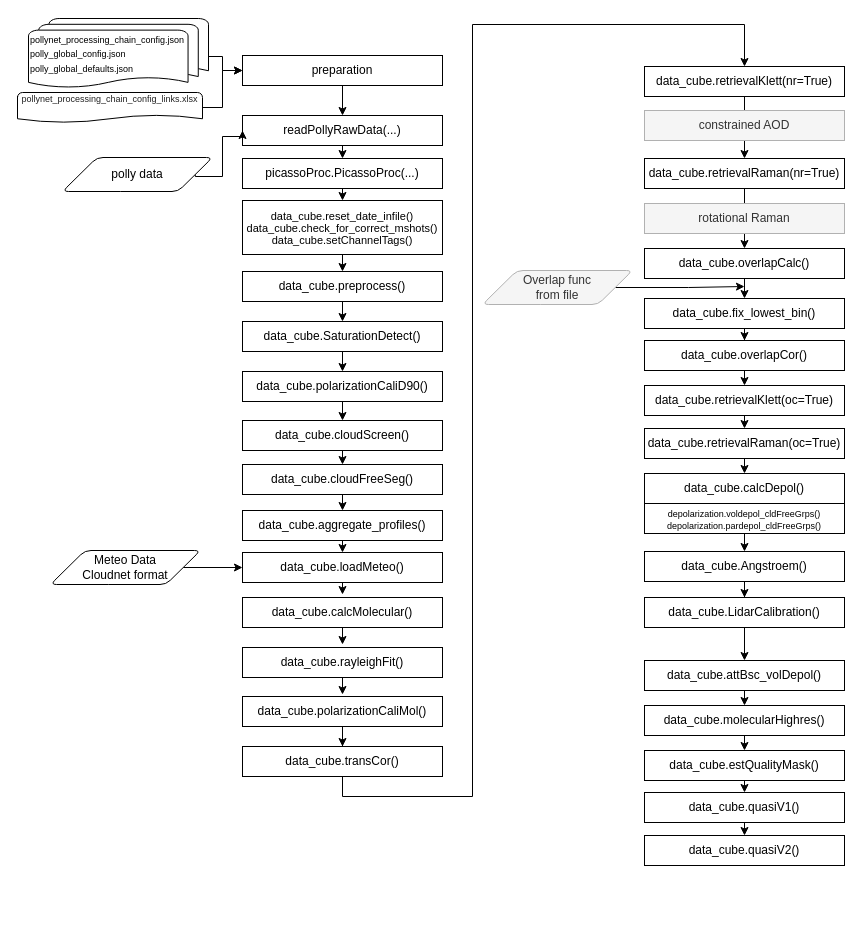
This is docs/source/userguide/PicassoPy_data_flow.drawio from PollyNET/PicassoPy, a draw.io file, before an edit. Source tidied: cells renumbered, new cells numbered last; positions are measured from the earlier drawing's top-left corner, leaving out a move shared by most shapes. Both pictures are drawn from the tidied source at 100%, with x=0, y=0 at pixel (17, 18).
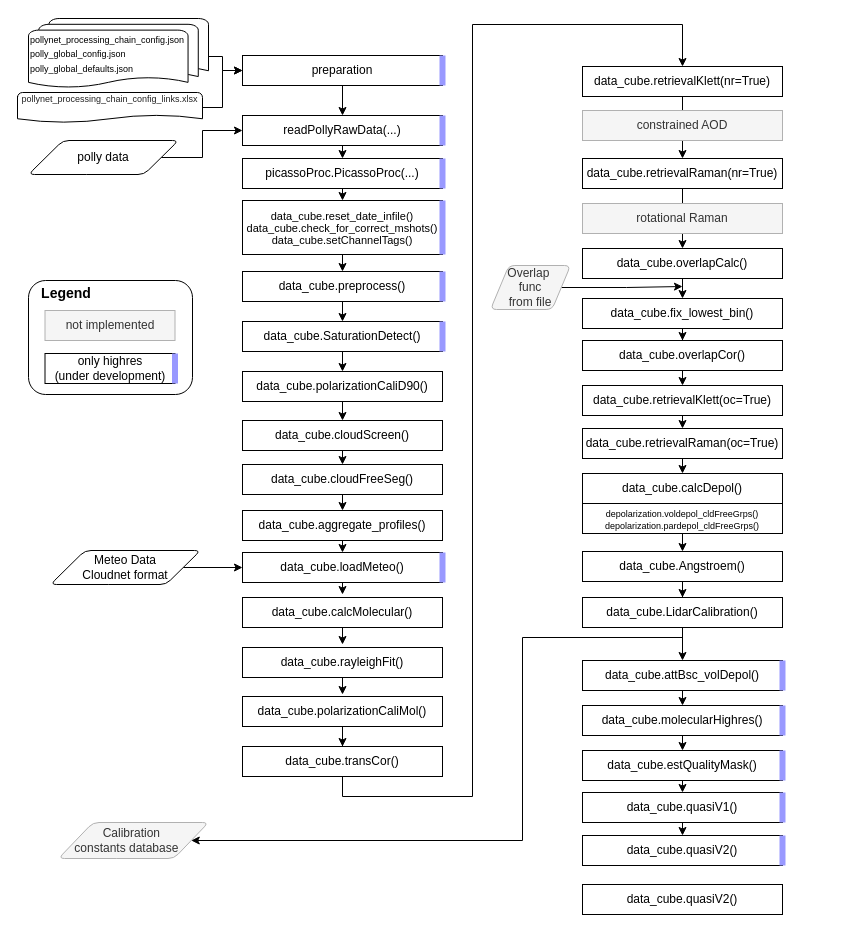
Above is the later version.

Unchanged cells that the change refers to:
```xml
<mxCell id="3" value="preparation" style="rounded=0;whiteSpace=wrap;html=1;" parent="1" vertex="1">
  <mxGeometry x="225" y="37" width="200" height="30" as="geometry" />
</mxCell>
<mxCell id="5" value="&lt;div&gt;readPollyRawData(...)&lt;/div&gt;" style="rounded=0;whiteSpace=wrap;html=1;" parent="1" vertex="1">
  <mxGeometry x="225" y="97" width="200" height="30" as="geometry" />
</mxCell>
<mxCell id="7" value="data_cube.preprocess()" style="rounded=0;whiteSpace=wrap;html=1;" parent="1" vertex="1">
  <mxGeometry x="225" y="253" width="200" height="30" as="geometry" />
</mxCell>
<mxCell id="9" value="data_cube.SaturationDetect()" style="rounded=0;whiteSpace=wrap;html=1;" parent="1" vertex="1">
  <mxGeometry x="225" y="303" width="200" height="30" as="geometry" />
</mxCell>
<mxCell id="15" value="data_cube.loadMeteo()" style="rounded=0;whiteSpace=wrap;html=1;" parent="1" vertex="1">
  <mxGeometry x="225" y="534" width="200" height="30" as="geometry" />
</mxCell>
<mxCell id="25" value="data_cube.transCor()" style="rounded=0;whiteSpace=wrap;html=1;" parent="1" vertex="1">
  <mxGeometry x="225" y="728" width="200" height="30" as="geometry" />
</mxCell>
<mxCell id="69" value="picassoProc.PicassoProc(...)" style="rounded=0;whiteSpace=wrap;html=1;" parent="1" vertex="1">
  <mxGeometry x="225" y="140" width="200" height="30" as="geometry" />
</mxCell>
<mxCell id="71" value="&lt;div style=&quot;line-height: 100%;&quot;&gt;&lt;div&gt;&lt;font style=&quot;line-height: 100%; font-size: 11px;&quot;&gt;data_cube.reset_date_infile()&lt;/font&gt;&lt;/div&gt;&lt;div&gt;&lt;font style=&quot;line-height: 100%; font-size: 11px;&quot;&gt;data_cube.check_for_correct_mshots()&lt;/font&gt;&lt;/div&gt;&lt;div&gt;&lt;font style=&quot;line-height: 100%; font-size: 11px;&quot;&gt;data_cube.setChannelTags()&lt;/font&gt;&lt;/div&gt;&lt;/div&gt;" style="rounded=0;whiteSpace=wrap;html=1;" parent="1" vertex="1">
  <mxGeometry x="225" y="182" width="200" height="54" as="geometry" />
</mxCell>
```

Diff of the diagram source:
```diff
@@
+    <mxCell id="74" style="rounded=1;whiteSpace=wrap;html=1;fillColor=none;" parent="1" vertex="1">
+      <mxGeometry x="11" y="262" width="164" height="114" as="geometry" />
+    </mxCell>
@@
     <mxCell id="23" value="data_cube.retrievalKlett(nr=True)" style="rounded=0;whiteSpace=wrap;html=1;" parent="1" vertex="1">
-      <mxGeometry x="627" y="48" width="200" height="30" as="geometry" />
+      <mxGeometry x="565" y="48" width="200" height="30" as="geometry" />
     </mxCell>
     <mxCell id="24" style="edgeStyle=orthogonalEdgeStyle;rounded=0;jettySize=auto;html=1;exitX=0.5;exitY=1;exitDx=0;exitDy=0;entryX=0.5;entryY=0;entryDx=0;entryDy=0;" parent="1" edge="1" source="25" target="23">
       <mxGeometry relative="1" as="geometry">
         <Array as="points">
           <mxPoint x="325" y="778" />
           <mxPoint x="455" y="778" />
           <mxPoint x="455" y="6" />
-          <mxPoint x="727" y="6" />
+          <mxPoint x="665" y="6" />
         </Array>
       </mxGeometry>
     </mxCell>
@@
     <mxCell id="27" value="data_cube.overlapCalc()" style="rounded=0;whiteSpace=wrap;html=1;" parent="1" vertex="1">
-      <mxGeometry x="627" y="230" width="200" height="30" as="geometry" />
+      <mxGeometry x="565" y="230" width="200" height="30" as="geometry" />
     </mxCell>
     <mxCell id="28" value="constrained AOD" style="rounded=0;whiteSpace=wrap;html=1;strokeColor=#B1B1B1;fillColor=#f5f5f5;fontColor=#333333;" parent="1" vertex="1">
-      <mxGeometry x="627" y="92" width="200" height="30" as="geometry" />
+      <mxGeometry x="565" y="92" width="200" height="30" as="geometry" />
     </mxCell>
@@
     <mxCell id="30" value="data_cube.retrievalRaman(nr=True)" style="rounded=0;whiteSpace=wrap;html=1;" parent="1" vertex="1">
-      <mxGeometry x="627" y="140" width="200" height="30" as="geometry" />
+      <mxGeometry x="565" y="140" width="200" height="30" as="geometry" />
     </mxCell>
@@
     <mxCell id="32" value="data_cube.fix_lowest_bin()" style="rounded=0;whiteSpace=wrap;html=1;" parent="1" vertex="1">
-      <mxGeometry x="627" y="280" width="200" height="30" as="geometry" />
+      <mxGeometry x="565" y="280" width="200" height="30" as="geometry" />
     </mxCell>
@@
     <mxCell id="34" value="data_cube.overlapCor()" style="rounded=0;whiteSpace=wrap;html=1;" parent="1" vertex="1">
-      <mxGeometry x="627" y="322" width="200" height="30" as="geometry" />
+      <mxGeometry x="565" y="322" width="200" height="30" as="geometry" />
     </mxCell>
@@
     <mxCell id="36" value="data_cube.retrievalKlett(oc=True)" style="rounded=0;whiteSpace=wrap;html=1;" parent="1" vertex="1">
-      <mxGeometry x="627" y="367" width="200" height="30" as="geometry" />
+      <mxGeometry x="565" y="367" width="200" height="30" as="geometry" />
     </mxCell>
@@
     <mxCell id="38" value="data_cube.retrievalRaman(oc=True)" style="rounded=0;whiteSpace=wrap;html=1;" parent="1" vertex="1">
-      <mxGeometry x="627" y="410" width="200" height="30" as="geometry" />
+      <mxGeometry x="565" y="410" width="200" height="30" as="geometry" />
     </mxCell>
     <mxCell id="39" value="&lt;div&gt;data_cube.calcDepol()&lt;/div&gt;" style="rounded=0;whiteSpace=wrap;html=1;" parent="1" vertex="1">
-      <mxGeometry x="627" y="455" width="200" height="30" as="geometry" />
+      <mxGeometry x="565" y="455" width="200" height="30" as="geometry" />
     </mxCell>
@@
     <mxCell id="41" value="data_cube.Angstroem()" style="rounded=0;whiteSpace=wrap;html=1;" parent="1" vertex="1">
-      <mxGeometry x="627" y="533" width="200" height="30" as="geometry" />
+      <mxGeometry x="565" y="533" width="200" height="30" as="geometry" />
     </mxCell>
@@
     <mxCell id="43" value="&lt;div style=&quot;line-height: 100%;&quot;&gt;&lt;div&gt;&lt;font style=&quot;font-size: 9px; line-height: 100%;&quot;&gt;depolarization.voldepol_cldFreeGrps()&lt;br&gt;&lt;/font&gt;&lt;/div&gt;&lt;div&gt;&lt;font style=&quot;font-size: 9px; line-height: 100%;&quot;&gt;depolarization.pardepol_cldFreeGrps()&lt;/font&gt;&lt;/div&gt;&lt;/div&gt;" style="rounded=0;whiteSpace=wrap;html=1;" parent="1" vertex="1">
-      <mxGeometry x="627" y="485" width="200" height="30" as="geometry" />
+      <mxGeometry x="565" y="485" width="200" height="30" as="geometry" />
     </mxCell>
@@
     <mxCell id="49" value="data_cube.LidarCalibration()" style="rounded=0;whiteSpace=wrap;html=1;" parent="1" vertex="1">
-      <mxGeometry x="627" y="579" width="200" height="30" as="geometry" />
+      <mxGeometry x="565" y="579" width="200" height="30" as="geometry" />
     </mxCell>
@@
     <mxCell id="51" value="data_cube.attBsc_volDepol()" style="rounded=0;whiteSpace=wrap;html=1;" parent="1" vertex="1">
-      <mxGeometry x="627" y="642" width="200" height="30" as="geometry" />
+      <mxGeometry x="565" y="642" width="200" height="30" as="geometry" />
     </mxCell>
@@
     <mxCell id="53" value="data_cube.molecularHighres()" style="rounded=0;whiteSpace=wrap;html=1;" parent="1" vertex="1">
-      <mxGeometry x="627" y="687" width="200" height="30" as="geometry" />
+      <mxGeometry x="565" y="687" width="200" height="30" as="geometry" />
     </mxCell>
@@
     <mxCell id="55" value="data_cube.quasiV1()" style="rounded=0;whiteSpace=wrap;html=1;" parent="1" vertex="1">
-      <mxGeometry x="627" y="774" width="200" height="30" as="geometry" />
+      <mxGeometry x="565" y="774" width="200" height="30" as="geometry" />
     </mxCell>
     <mxCell id="56" value="data_cube.quasiV2()" style="rounded=0;whiteSpace=wrap;html=1;" parent="1" vertex="1">
-      <mxGeometry x="627" y="817" width="200" height="30" as="geometry" />
+      <mxGeometry x="565" y="817" width="200" height="30" as="geometry" />
     </mxCell>
     <mxCell id="57" style="edgeStyle=orthogonalEdgeStyle;rounded=0;jettySize=auto;html=1;exitX=1;exitY=0.5;exitDx=0;exitDy=0;" parent="1" edge="1" source="58">
       <mxGeometry relative="1" as="geometry">
-        <mxPoint x="727" y="268" as="targetPoint" />
+        <mxPoint x="665" y="268" as="targetPoint" />
       </mxGeometry>
     </mxCell>
-    <mxCell id="58" value="Overlap func&lt;br&gt;from file" style="shape=parallelogram;html=1;strokeWidth=1;perimeter=parallelogramPerimeter;whiteSpace=wrap;rounded=1;arcSize=12;size=0.23;fillColor=#f5f5f5;fontColor=#333333;strokeColor=#B1B1B1;" parent="1" vertex="1">
-      <mxGeometry x="465" y="252" width="150" height="34" as="geometry" />
+    <mxCell id="58" value="&lt;div&gt;Overlap&amp;nbsp;&lt;/div&gt;&lt;div&gt;func&lt;/div&gt;from file" style="shape=parallelogram;html=1;strokeWidth=1;perimeter=parallelogramPerimeter;whiteSpace=wrap;rounded=1;arcSize=12;size=0.23;fillColor=#f5f5f5;fontColor=#333333;strokeColor=#B1B1B1;" parent="1" vertex="1">
+      <mxGeometry x="473" y="247" width="80" height="44" as="geometry" />
     </mxCell>
@@
     <mxCell id="61" style="edgeStyle=orthogonalEdgeStyle;rounded=0;jettySize=auto;html=1;exitX=1;exitY=0.5;exitDx=0;exitDy=0;entryX=0;entryY=0.5;entryDx=0;entryDy=0;" parent="1" edge="1" source="62" target="5">
       <mxGeometry relative="1" as="geometry">
         <Array as="points">
-          <mxPoint x="178" y="158" />
-          <mxPoint x="205" y="158" />
-          <mxPoint x="205" y="118" />
-          <mxPoint x="225" y="118" />
+          <mxPoint x="185" y="139" />
+          <mxPoint x="185" y="112" />
         </Array>
       </mxGeometry>
     </mxCell>
     <mxCell id="62" value="polly data" style="shape=parallelogram;html=1;strokeWidth=1;perimeter=parallelogramPerimeter;whiteSpace=wrap;rounded=1;arcSize=12;size=0.23;" parent="1" vertex="1">
-      <mxGeometry x="45" y="139" width="150" height="34" as="geometry" />
+      <mxGeometry x="11" y="122" width="150" height="34" as="geometry" />
     </mxCell>
-    <mxCell id="63" value="rotational Raman" style="rounded=0;whiteSpace=wrap;html=1;fillColor=#f5f5f5;fontColor=#333333;strokeColor=#B1B1B1;" parent="1" vertex="1">
-      <mxGeometry x="627" y="185" width="200" height="30" as="geometry" />
+    <mxCell id="63" value="rotational Raman" style="rounded=0;whiteSpace=wrap;html=1;fillColor=#f5f5f5;fontColor=#333333;strokeColor=#B1B1B1;align=center;verticalAlign=middle;fontFamily=Helvetica;fontSize=12;fillStyle=solid;" parent="1" vertex="1">
+      <mxGeometry x="565" y="185" width="200" height="30" as="geometry" />
     </mxCell>
@@
     <mxCell id="72" value="data_cube.estQualityMask()" style="rounded=0;whiteSpace=wrap;html=1;" parent="1" vertex="1">
-      <mxGeometry x="627" y="732" width="200" height="30" as="geometry" />
+      <mxGeometry x="565" y="732" width="200" height="30" as="geometry" />
     </mxCell>
@@
+    <mxCell id="75" value="&lt;div&gt;Calibration&amp;nbsp;&lt;/div&gt;&lt;div&gt;constants database&amp;nbsp; &amp;nbsp;&amp;nbsp;&lt;/div&gt;" style="shape=parallelogram;html=1;strokeWidth=1;perimeter=parallelogramPerimeter;whiteSpace=wrap;rounded=1;arcSize=12;size=0.23;fillColor=#f5f5f5;fontColor=#333333;strokeColor=#B1B1B1;" parent="1" vertex="1">
+      <mxGeometry x="41" y="804" width="150" height="36" as="geometry" />
+    </mxCell>
+    <mxCell id="76" style="edgeStyle=orthogonalEdgeStyle;rounded=0;jettySize=auto;html=1;entryX=1;entryY=0.5;entryDx=0;entryDy=0;" parent="1" edge="1" target="75">
+      <mxGeometry relative="1" as="geometry">
+        <mxPoint x="665" y="619" as="sourcePoint" />
+        <Array as="points">
+          <mxPoint x="505" y="619" />
+          <mxPoint x="505" y="822" />
+        </Array>
+      </mxGeometry>
+    </mxCell>
+    <mxCell id="77" value="not implemented" style="rounded=0;whiteSpace=wrap;html=1;fillColor=#f5f5f5;fontColor=#333333;strokeColor=#B1B1B1;align=center;verticalAlign=middle;fontFamily=Helvetica;fontSize=12;fillStyle=solid;" parent="1" vertex="1">
+      <mxGeometry x="27.5" y="292" width="130" height="30" as="geometry" />
+    </mxCell>
+    <mxCell id="78" value="only highres&lt;br&gt;(under development)" style="rounded=0;whiteSpace=wrap;html=1;align=center;verticalAlign=middle;fontFamily=Helvetica;fontSize=12;fillStyle=solid;" parent="1" vertex="1">
+      <mxGeometry x="27.5" y="335" width="130" height="30" as="geometry" />
+    </mxCell>
+    <mxCell id="79" style="endArrow=none;html=1;rounded=0;strokeWidth=6;fillColor=#d5e8d4;strokeColor=#9999FF;entryX=1;entryY=0;entryDx=0;entryDy=0;exitX=1;exitY=1;exitDx=0;exitDy=0;" parent="1" edge="1" source="78" target="78">
+      <mxGeometry relative="1" as="geometry" />
+    </mxCell>
+    <mxCell id="80" style="endArrow=none;html=1;rounded=0;strokeWidth=6;fillColor=#d5e8d4;strokeColor=#9999FF;exitX=1;exitY=1;exitDx=0;exitDy=0;entryX=1;entryY=0;entryDx=0;entryDy=0;" parent="1" edge="1" source="3" target="3">
+      <mxGeometry relative="1" as="geometry" />
+    </mxCell>
+    <mxCell id="81" value="&lt;b&gt;&lt;font style=&quot;font-size: 14px;&quot;&gt;Legend&lt;/font&gt;&lt;/b&gt;" style="text;html=1;align=center;verticalAlign=middle;whiteSpace=wrap;rounded=0;" parent="1" vertex="1">
+      <mxGeometry x="19" y="260" width="60" height="30" as="geometry" />
+    </mxCell>
+    <mxCell id="82" style="endArrow=none;html=1;rounded=0;strokeWidth=6;fillColor=#d5e8d4;strokeColor=#9999FF;exitX=1;exitY=1;exitDx=0;exitDy=0;entryX=1;entryY=0;entryDx=0;entryDy=0;" parent="1" edge="1" source="5" target="5">
+      <mxGeometry relative="1" as="geometry" />
+    </mxCell>
+    <mxCell id="83" style="endArrow=none;html=1;rounded=0;strokeWidth=6;fillColor=#d5e8d4;strokeColor=#9999FF;entryX=1;entryY=0;entryDx=0;entryDy=0;exitX=1;exitY=1;exitDx=0;exitDy=0;" parent="1" edge="1" source="69" target="69">
+      <mxGeometry relative="1" as="geometry" />
+    </mxCell>
+    <mxCell id="84" style="endArrow=none;html=1;rounded=0;strokeWidth=6;fillColor=#d5e8d4;strokeColor=#9999FF;exitX=1;exitY=1;exitDx=0;exitDy=0;entryX=1;entryY=0;entryDx=0;entryDy=0;" parent="1" edge="1" source="71" target="71">
+      <mxGeometry relative="1" as="geometry" />
+    </mxCell>
+    <mxCell id="85" style="endArrow=none;html=1;rounded=0;strokeWidth=6;fillColor=#d5e8d4;strokeColor=#9999FF;exitX=1;exitY=1;exitDx=0;exitDy=0;entryX=1;entryY=0;entryDx=0;entryDy=0;" parent="1" edge="1" source="7" target="7">
+      <mxGeometry relative="1" as="geometry" />
+    </mxCell>
+    <mxCell id="86" style="endArrow=none;html=1;rounded=0;strokeWidth=6;fillColor=#d5e8d4;strokeColor=#9999FF;exitX=1;exitY=1;exitDx=0;exitDy=0;entryX=1;entryY=0;entryDx=0;entryDy=0;" parent="1" edge="1" source="9" target="9">
+      <mxGeometry relative="1" as="geometry" />
+    </mxCell>
+    <mxCell id="87" style="endArrow=none;html=1;rounded=0;strokeWidth=6;fillColor=#d5e8d4;strokeColor=#9999FF;exitX=1;exitY=1;exitDx=0;exitDy=0;entryX=1;entryY=0;entryDx=0;entryDy=0;" parent="1" edge="1" source="15" target="15">
+      <mxGeometry relative="1" as="geometry" />
+    </mxCell>
+    <mxCell id="88" style="endArrow=none;html=1;rounded=0;strokeWidth=6;fillColor=#d5e8d4;strokeColor=#9999FF;exitX=1;exitY=1;exitDx=0;exitDy=0;entryX=1;entryY=0;entryDx=0;entryDy=0;" parent="1" edge="1" source="51" target="51">
+      <mxGeometry relative="1" as="geometry" />
+    </mxCell>
+    <mxCell id="89" style="endArrow=none;html=1;rounded=0;strokeWidth=6;fillColor=#d5e8d4;strokeColor=#9999FF;exitX=1;exitY=1;exitDx=0;exitDy=0;entryX=1;entryY=0;entryDx=0;entryDy=0;" parent="1" edge="1" source="53" target="53">
+      <mxGeometry relative="1" as="geometry" />
+    </mxCell>
+    <mxCell id="90" style="endArrow=none;html=1;rounded=0;strokeWidth=6;fillColor=#d5e8d4;strokeColor=#9999FF;exitX=1;exitY=1;exitDx=0;exitDy=0;entryX=1;entryY=0;entryDx=0;entryDy=0;" parent="1" edge="1" source="72" target="72">
+      <mxGeometry relative="1" as="geometry" />
+    </mxCell>
+    <mxCell id="91" style="endArrow=none;html=1;rounded=0;strokeWidth=6;fillColor=#d5e8d4;strokeColor=#9999FF;exitX=1;exitY=1;exitDx=0;exitDy=0;entryX=1;entryY=0;entryDx=0;entryDy=0;" parent="1" edge="1" source="55" target="55">
+      <mxGeometry relative="1" as="geometry" />
+    </mxCell>
+    <mxCell id="92" style="endArrow=none;html=1;rounded=0;strokeWidth=6;fillColor=#d5e8d4;strokeColor=#9999FF;exitX=1;exitY=1;exitDx=0;exitDy=0;entryX=1;entryY=0;entryDx=0;entryDy=0;" parent="1" edge="1" source="56" target="56">
+      <mxGeometry relative="1" as="geometry" />
+    </mxCell>
+    <mxCell id="93" value="data_cube.quasiV2()" style="rounded=0;whiteSpace=wrap;html=1;" parent="1" vertex="1">
+      <mxGeometry x="565" y="866" width="200" height="30" as="geometry" />
+    </mxCell>
```
